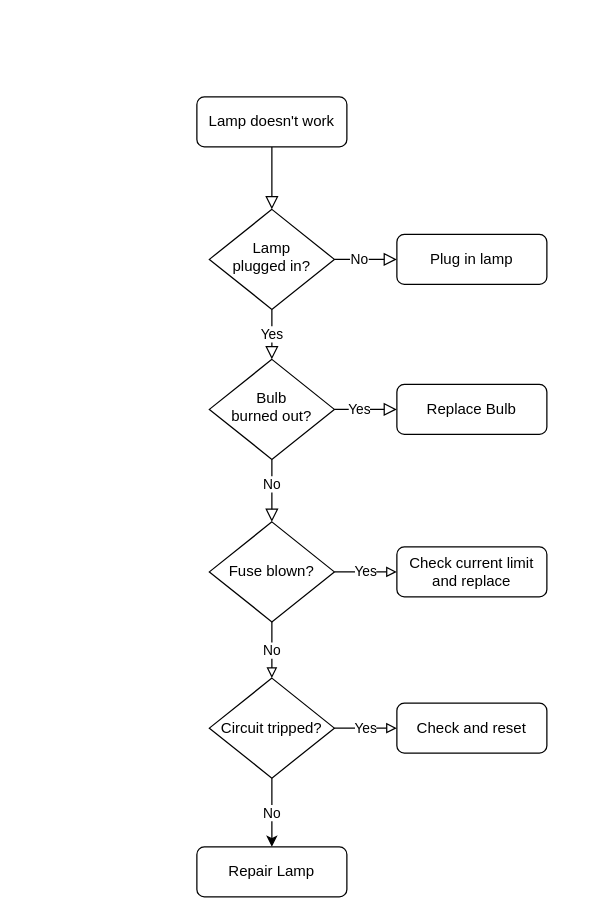
This is Untitled Diagram.drawio from RobertGallen/TestingDiagramsDotNet, a draw.io file, before an edit. Source tidied: cells renumbered, new cells numbered last; positions are measured from the earlier drawing's top-left corner, leaving out a move shared by most shapes. Both pictures are drawn from the tidied source at 125%, with x=0, y=0 at pixel (196, 96).
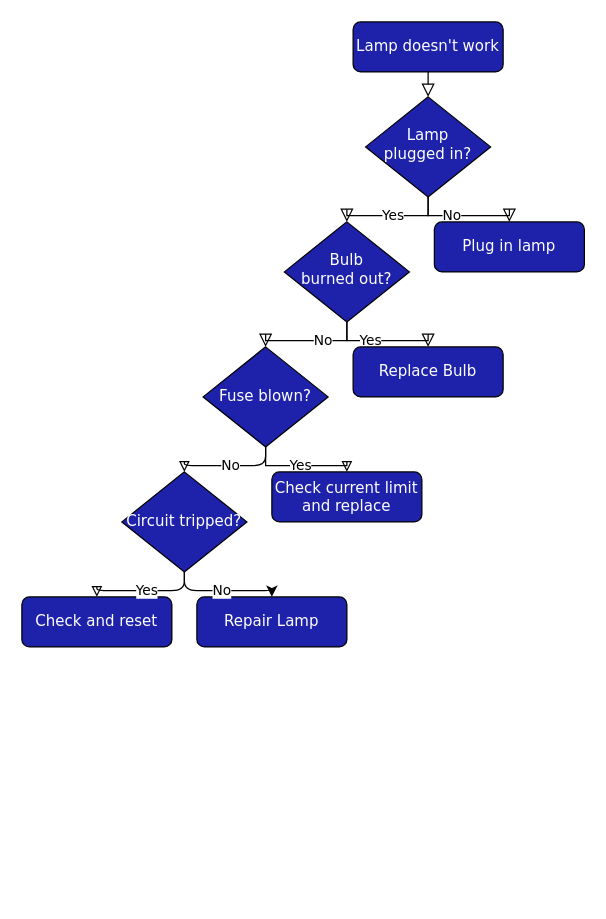
The same page after the edit.

Commit message:
Changed layout, changed to JM colours

Diff of the diagram source:
```diff
@@
-    <mxCell id="2" style="rounded=0;html=1;jettySize=auto;fontSize=11;endArrow=block;endFill=0;endSize=8;strokeWidth=1;shadow=0;labelBackgroundColor=none;edgeStyle=orthogonalEdgeStyle;" parent="1" edge="1" source="3" target="6">
-      <mxGeometry relative="1" as="geometry" />
+    <mxCell id="2" style="rounded=0;html=1;jettySize=auto;fontSize=11;endArrow=block;endFill=0;endSize=8;strokeWidth=1;shadow=0;labelBackgroundColor=none;edgeStyle=orthogonalEdgeStyle;noEdgeStyle=1;fontFamily=Verdana;orthogonal=1;" parent="1" edge="1" source="3" target="6">
+      <mxGeometry relative="1" as="geometry">
+        <Array as="points">
+          <mxPoint x="185" y="-20" />
+          <mxPoint x="185" />
+        </Array>
+      </mxGeometry>
     </mxCell>
-    <mxCell id="3" value="Lamp doesn't work" style="rounded=1;whiteSpace=wrap;html=1;fontSize=12;glass=0;strokeWidth=1;shadow=0;" parent="1" vertex="1">
-      <mxGeometry width="120" height="40" as="geometry" />
+    <mxCell id="3" value="Lamp doesn't work" style="rounded=1;whiteSpace=wrap;html=1;fontSize=12;glass=0;strokeWidth=1;shadow=0;fontFamily=Verdana;fillColor=#1E22AA;fontColor=#FFFFFF;" parent="1" vertex="1">
+      <mxGeometry x="125" y="-60" width="120" height="40" as="geometry" />
     </mxCell>
-    <mxCell id="4" value="Yes" style="rounded=0;html=1;jettySize=auto;fontSize=11;endArrow=block;endFill=0;endSize=8;strokeWidth=1;shadow=0;labelBackgroundColor=#ffffff;edgeStyle=orthogonalEdgeStyle;" parent="1" edge="1" source="6" target="9">
-      <mxGeometry relative="1" as="geometry" />
+    <mxCell id="4" value="Yes" style="rounded=0;html=1;jettySize=auto;fontSize=11;endArrow=block;endFill=0;endSize=8;strokeWidth=1;shadow=0;labelBackgroundColor=#ffffff;edgeStyle=orthogonalEdgeStyle;noEdgeStyle=1;fontFamily=Verdana;orthogonal=1;" parent="1" edge="1" source="6" target="9">
+      <mxGeometry relative="1" as="geometry">
+        <Array as="points">
+          <mxPoint x="185" y="80" />
+          <mxPoint x="185" y="95" />
+          <mxPoint x="120" y="95" />
+          <mxPoint x="120" y="100" />
+        </Array>
+      </mxGeometry>
     </mxCell>
-    <mxCell id="5" value="No" style="edgeStyle=orthogonalEdgeStyle;rounded=0;html=1;jettySize=auto;fontSize=11;endArrow=block;endFill=0;endSize=8;strokeWidth=1;shadow=0;labelBackgroundColor=#ffffff;" parent="1" edge="1" source="6" target="7">
-      <mxGeometry x="-0.2" relative="1" as="geometry" />
+    <mxCell id="5" value="No" style="edgeStyle=orthogonalEdgeStyle;rounded=0;html=1;jettySize=auto;fontSize=11;endArrow=block;endFill=0;endSize=8;strokeWidth=1;shadow=0;labelBackgroundColor=#ffffff;noEdgeStyle=1;fontFamily=Verdana;orthogonal=1;" parent="1" edge="1" source="6" target="7">
+      <mxGeometry x="-0.2" relative="1" as="geometry">
+        <Array as="points">
+          <mxPoint x="185" y="80" />
+          <mxPoint x="185" y="95" />
+          <mxPoint x="250" y="95" />
+          <mxPoint x="250" y="100" />
+        </Array>
+      </mxGeometry>
     </mxCell>
-    <mxCell id="6" value="Lamp&lt;br&gt;plugged in?" style="rhombus;whiteSpace=wrap;html=1;shadow=0;fontFamily=Helvetica;fontSize=12;align=center;strokeWidth=1;spacing=6;spacingTop=-4;" parent="1" vertex="1">
-      <mxGeometry x="10" y="90" width="100" height="80" as="geometry" />
+    <mxCell id="6" value="Lamp&lt;br&gt;plugged in?" style="rhombus;whiteSpace=wrap;html=1;shadow=0;fontFamily=Verdana;fontSize=12;align=center;strokeWidth=1;spacing=6;spacingTop=-4;fillColor=#1E22AA;fontColor=#FFFFFF;" parent="1" vertex="1">
+      <mxGeometry x="135" width="100" height="80" as="geometry" />
     </mxCell>
-    <mxCell id="7" value="Plug in lamp" style="rounded=1;whiteSpace=wrap;html=1;fontSize=12;glass=0;strokeWidth=1;shadow=0;" parent="1" vertex="1">
-      <mxGeometry x="160" y="110" width="120" height="40" as="geometry" />
+    <mxCell id="7" value="Plug in lamp" style="rounded=1;whiteSpace=wrap;html=1;fontSize=12;glass=0;strokeWidth=1;shadow=0;fontFamily=Verdana;fillColor=#1E22AA;fontColor=#FFFFFF;" parent="1" vertex="1">
+      <mxGeometry x="190" y="100" width="120" height="40" as="geometry" />
     </mxCell>
-    <mxCell id="8" value="Yes" style="edgeStyle=orthogonalEdgeStyle;rounded=0;html=1;jettySize=auto;fontSize=11;endArrow=block;endFill=0;endSize=8;strokeWidth=1;shadow=0;labelBackgroundColor=#FFFFFF;" parent="1" edge="1" source="9" target="11">
-      <mxGeometry x="-0.2" relative="1" as="geometry" />
+    <mxCell id="8" value="Yes" style="edgeStyle=orthogonalEdgeStyle;rounded=0;html=1;jettySize=auto;fontSize=11;endArrow=block;endFill=0;endSize=8;strokeWidth=1;shadow=0;labelBackgroundColor=#FFFFFF;noEdgeStyle=1;fontFamily=Verdana;orthogonal=1;" parent="1" edge="1" source="9" target="11">
+      <mxGeometry x="-0.2" relative="1" as="geometry">
+        <Array as="points">
+          <mxPoint x="120" y="180" />
+          <mxPoint x="120" y="195" />
+          <mxPoint x="185" y="195" />
+          <mxPoint x="185" y="200" />
+        </Array>
+      </mxGeometry>
     </mxCell>
-    <mxCell id="9" value="Bulb&lt;br&gt;burned out?" style="rhombus;whiteSpace=wrap;html=1;shadow=0;fontFamily=Helvetica;fontSize=12;align=center;strokeWidth=1;spacing=6;spacingTop=-4;" parent="1" vertex="1">
-      <mxGeometry x="10" y="210" width="100" height="80" as="geometry" />
+    <mxCell id="9" value="Bulb&lt;br&gt;burned out?" style="rhombus;whiteSpace=wrap;html=1;shadow=0;fontFamily=Verdana;fontSize=12;align=center;strokeWidth=1;spacing=6;spacingTop=-4;fillColor=#1E22AA;fontColor=#FFFFFF;" parent="1" vertex="1">
+      <mxGeometry x="70" y="100" width="100" height="80" as="geometry" />
     </mxCell>
-    <mxCell id="10" value="Repair Lamp" style="rounded=1;whiteSpace=wrap;html=1;fontSize=12;glass=0;strokeWidth=1;shadow=0;" parent="1" vertex="1">
-      <mxGeometry y="600" width="120" height="40" as="geometry" />
+    <mxCell id="10" value="Repair Lamp" style="rounded=1;whiteSpace=wrap;html=1;fontSize=12;glass=0;strokeWidth=1;shadow=0;fontFamily=Verdana;fillColor=#1E22AA;fontColor=#FFFFFF;" parent="1" vertex="1">
+      <mxGeometry y="400" width="120" height="40" as="geometry" />
     </mxCell>
-    <mxCell id="11" value="Replace Bulb" style="rounded=1;whiteSpace=wrap;html=1;fontSize=12;glass=0;strokeWidth=1;shadow=0;" parent="1" vertex="1">
-      <mxGeometry x="160" y="230" width="120" height="40" as="geometry" />
+    <mxCell id="11" value="Replace Bulb" style="rounded=1;whiteSpace=wrap;html=1;fontSize=12;glass=0;strokeWidth=1;shadow=0;fontFamily=Verdana;fillColor=#1E22AA;fontColor=#FFFFFF;" parent="1" vertex="1">
+      <mxGeometry x="125" y="200" width="120" height="40" as="geometry" />
     </mxCell>
-    <mxCell id="12" value="Yes" style="edgeStyle=orthogonalEdgeStyle;rounded=0;jettySize=auto;html=1;exitX=1;exitY=0.5;exitDx=0;exitDy=0;labelBackgroundColor=#ffffff;endArrow=block;endFill=0;" parent="1" edge="1" source="13" target="18">
-      <mxGeometry relative="1" as="geometry" />
+    <mxCell id="12" value="Yes" style="edgeStyle=orthogonalEdgeStyle;rounded=0;jettySize=auto;html=1;exitDx=0;exitDy=0;labelBackgroundColor=#ffffff;endArrow=block;endFill=0;noEdgeStyle=1;fontFamily=Verdana;orthogonal=1;" parent="1" edge="1" source="13" target="18">
+      <mxGeometry relative="1" as="geometry">
+        <Array as="points">
+          <mxPoint x="55" y="280" />
+          <mxPoint x="55" y="295" />
+          <mxPoint x="120" y="295" />
+          <mxPoint x="120" y="300" />
+        </Array>
+      </mxGeometry>
     </mxCell>
-    <mxCell id="13" value="Fuse blown?" style="rhombus;whiteSpace=wrap;html=1;" parent="1" vertex="1">
-      <mxGeometry x="10" y="340" width="100" height="80" as="geometry" />
+    <mxCell id="13" value="Fuse blown?" style="rhombus;whiteSpace=wrap;html=1;fontFamily=Verdana;fillColor=#1E22AA;fontColor=#FFFFFF;" parent="1" vertex="1">
+      <mxGeometry x="5" y="200" width="100" height="80" as="geometry" />
     </mxCell>
-    <mxCell id="14" value="No" style="rounded=0;html=1;jettySize=auto;fontSize=11;endArrow=block;endFill=0;endSize=8;strokeWidth=1;shadow=0;labelBackgroundColor=#ffffff;edgeStyle=orthogonalEdgeStyle;" parent="1" edge="1" source="9" target="13">
-      <mxGeometry x="-0.2" relative="1" as="geometry" />
+    <mxCell id="14" value="No" style="rounded=0;html=1;jettySize=auto;fontSize=11;endArrow=block;endFill=0;endSize=8;strokeWidth=1;shadow=0;labelBackgroundColor=#ffffff;edgeStyle=orthogonalEdgeStyle;noEdgeStyle=1;fontFamily=Verdana;orthogonal=1;" parent="1" edge="1" source="9" target="13">
+      <mxGeometry x="-0.2" relative="1" as="geometry">
+        <Array as="points">
+          <mxPoint x="120" y="180" />
+          <mxPoint x="120" y="195" />
+          <mxPoint x="55" y="195" />
+          <mxPoint x="55" y="200" />
+        </Array>
+      </mxGeometry>
     </mxCell>
-    <mxCell id="15" value="Circuit tripped?" style="rhombus;whiteSpace=wrap;html=1;" parent="1" vertex="1">
-      <mxGeometry x="10" y="465" width="100" height="80" as="geometry" />
+    <mxCell id="15" value="Circuit tripped?" style="rhombus;whiteSpace=wrap;html=1;fontFamily=Verdana;fillColor=#1E22AA;fontColor=#FFFFFF;" parent="1" vertex="1">
+      <mxGeometry x="-60" y="300" width="100" height="80" as="geometry" />
     </mxCell>
-    <mxCell id="16" value="No" style="endArrow=block;html=1;exitX=0.5;exitY=1;exitDx=0;exitDy=0;entryX=0.5;entryY=0;entryDx=0;entryDy=0;endFill=0;" parent="1" edge="1" source="13" target="15">
-      <mxGeometry relative="1" as="geometry" />
+    <mxCell id="16" value="No" style="endArrow=block;html=1;exitDx=0;exitDy=0;entryDx=0;entryDy=0;endFill=0;noEdgeStyle=1;fontFamily=Verdana;orthogonal=1;edgeStyle=orthogonalEdgeStyle;" parent="1" edge="1" source="13" target="15">
+      <mxGeometry relative="1" as="geometry">
+        <Array as="points">
+          <mxPoint x="55" y="280" />
+          <mxPoint x="55" y="295" />
+          <mxPoint x="-10" y="295" />
+          <mxPoint x="-10" y="300" />
+        </Array>
+      </mxGeometry>
     </mxCell>
-    <mxCell id="17" value="No" style="endArrow=classic;html=1;exitX=0.5;exitY=1;exitDx=0;exitDy=0;entryX=0.5;entryY=0;entryDx=0;entryDy=0;" parent="1" edge="1" source="15" target="10">
-      <mxGeometry relative="1" as="geometry" />
+    <mxCell id="17" value="No" style="endArrow=classic;html=1;exitDx=0;exitDy=0;entryDx=0;entryDy=0;noEdgeStyle=1;fontFamily=Verdana;orthogonal=1;edgeStyle=orthogonalEdgeStyle;" parent="1" edge="1" source="15" target="10">
+      <mxGeometry relative="1" as="geometry">
+        <Array as="points">
+          <mxPoint x="-10" y="380" />
+          <mxPoint x="-10" y="395" />
+          <mxPoint x="60" y="395" />
+          <mxPoint x="60" y="400" />
+        </Array>
+      </mxGeometry>
     </mxCell>
-    <mxCell id="18" value="Check current limit and replace" style="rounded=1;whiteSpace=wrap;html=1;fontSize=12;glass=0;strokeWidth=1;shadow=0;" parent="1" vertex="1">
-      <mxGeometry x="160" y="360" width="120" height="40" as="geometry" />
+    <mxCell id="18" value="Check current limit and replace" style="rounded=1;whiteSpace=wrap;html=1;fontSize=12;glass=0;strokeWidth=1;shadow=0;fontFamily=Verdana;fillColor=#1E22AA;fontColor=#FFFFFF;" parent="1" vertex="1">
+      <mxGeometry x="60" y="300" width="120" height="40" as="geometry" />
     </mxCell>
-    <mxCell id="19" value="Check and reset" style="rounded=1;whiteSpace=wrap;html=1;fontSize=12;glass=0;strokeWidth=1;shadow=0;" parent="1" vertex="1">
-      <mxGeometry x="160" y="485" width="120" height="40" as="geometry" />
+    <mxCell id="19" value="Check and reset" style="rounded=1;whiteSpace=wrap;html=1;fontSize=12;glass=0;strokeWidth=1;shadow=0;fontFamily=Verdana;fillColor=#1E22AA;fontColor=#FFFFFF;" parent="1" vertex="1">
+      <mxGeometry x="-140" y="400" width="120" height="40" as="geometry" />
     </mxCell>
-    <mxCell id="20" value="Yes" style="endArrow=block;html=1;labelBackgroundColor=#ffffff;exitX=1;exitY=0.5;exitDx=0;exitDy=0;entryX=0;entryY=0.5;entryDx=0;entryDy=0;endFill=0;" parent="1" edge="1" source="15" target="19">
-      <mxGeometry relative="1" as="geometry" />
+    <mxCell id="20" value="Yes" style="endArrow=block;html=1;labelBackgroundColor=#ffffff;exitDx=0;exitDy=0;entryDx=0;entryDy=0;endFill=0;noEdgeStyle=1;fontFamily=Verdana;orthogonal=1;edgeStyle=orthogonalEdgeStyle;" parent="1" edge="1" source="15" target="19">
+      <mxGeometry relative="1" as="geometry">
+        <Array as="points">
+          <mxPoint x="-10" y="380" />
+          <mxPoint x="-10" y="395" />
+          <mxPoint x="-80" y="395" />
+          <mxPoint x="-80" y="400" />
+        </Array>
+      </mxGeometry>
     </mxCell>
```
